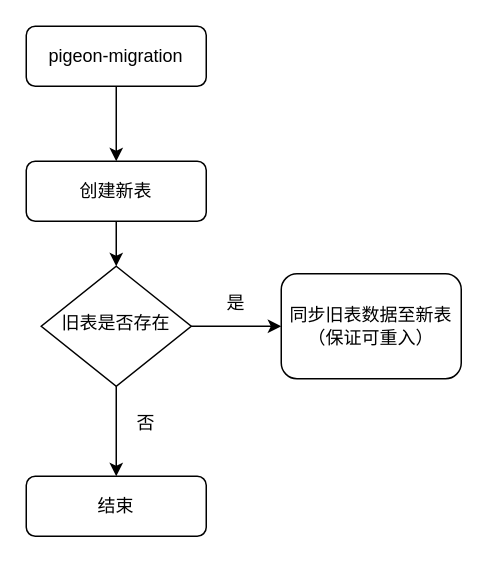
Above: 未命名绘图.drawio in 15083787153/go-gRPC (draw.io), before the change. Source tidied: cells renumbered, new cells numbered last; positions are measured from the earlier drawing's top-left corner, leaving out a move shared by most shapes. Both pictures are drawn from the tidied source at 150%, with x=0, y=0 at pixel (26, 26).
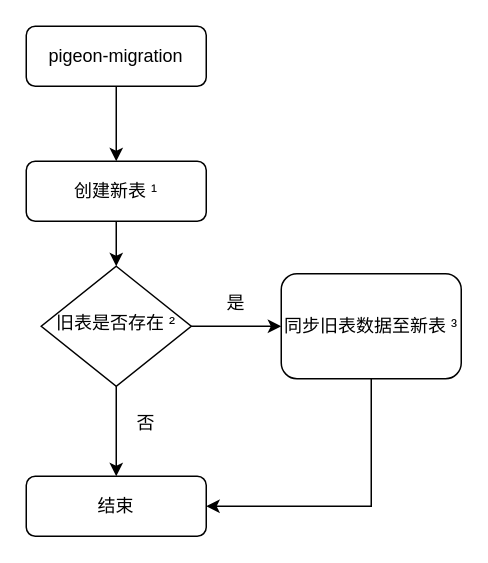
Above is the later version.

Commit message:
更新未命名绘图.drawio

The edit, as a diff of the source:
```diff
@@
 <mxGraphModel>
   <root>
     <mxCell id="0" />
     <mxCell id="1" parent="0" />
     <mxCell id="2" style="edgeStyle=orthogonalEdgeStyle;rounded=0;jettySize=auto;html=1;" parent="1" edge="1" source="3" target="7">
       <mxGeometry relative="1" as="geometry" />
     </mxCell>
     <mxCell id="3" value="pigeon-migration" style="rounded=1;whiteSpace=wrap;html=1;fontSize=12;glass=0;strokeWidth=1;shadow=0;" parent="1" vertex="1">
       <mxGeometry width="120" height="40" as="geometry" />
     </mxCell>
+    <mxCell id="13" style="edgeStyle=orthogonalEdgeStyle;rounded=0;jettySize=auto;html=1;entryX=1;entryY=0.5;entryDx=0;entryDy=0;" parent="1" edge="1" source="4" target="5">
+      <mxGeometry relative="1" as="geometry">
+        <Array as="points">
+          <mxPoint x="230" y="320" />
+        </Array>
+      </mxGeometry>
+    </mxCell>
-    <mxCell id="4" value="同步旧表数据至新表（保证可重入）" style="rounded=1;whiteSpace=wrap;html=1;fontSize=12;glass=0;strokeWidth=1;shadow=0;" parent="1" vertex="1">
+    <mxCell id="4" value="同步旧表数据至新表 ³" style="rounded=1;whiteSpace=wrap;html=1;fontSize=12;glass=0;strokeWidth=1;shadow=0;" parent="1" vertex="1">
       <mxGeometry x="170" y="165" width="120" height="70" as="geometry" />
     </mxCell>
     <mxCell id="5" value="结束" style="rounded=1;whiteSpace=wrap;html=1;fontSize=12;glass=0;strokeWidth=1;shadow=0;" parent="1" vertex="1">
       <mxGeometry y="300" width="120" height="40" as="geometry" />
     </mxCell>
     <mxCell id="6" style="edgeStyle=orthogonalEdgeStyle;rounded=0;jettySize=auto;html=1;" parent="1" edge="1" source="7" target="10">
       <mxGeometry relative="1" as="geometry" />
     </mxCell>
-    <mxCell id="7" value="创建新表" style="rounded=1;whiteSpace=wrap;html=1;fontSize=12;glass=0;strokeWidth=1;shadow=0;" parent="1" vertex="1">
+    <mxCell id="7" value="创建新表 ¹" style="rounded=1;whiteSpace=wrap;html=1;fontSize=12;glass=0;strokeWidth=1;shadow=0;" parent="1" vertex="1">
       <mxGeometry y="90" width="120" height="40" as="geometry" />
     </mxCell>
     <mxCell id="8" style="edgeStyle=orthogonalEdgeStyle;rounded=0;jettySize=auto;html=1;" parent="1" edge="1" source="10" target="5">
       <mxGeometry relative="1" as="geometry" />
     </mxCell>
     <mxCell id="9" style="edgeStyle=orthogonalEdgeStyle;rounded=0;jettySize=auto;html=1;" parent="1" edge="1" source="10" target="4">
       <mxGeometry relative="1" as="geometry" />
     </mxCell>
-    <mxCell id="10" value="旧表是否存在" style="rhombus;whiteSpace=wrap;html=1;shadow=0;fontFamily=Helvetica;fontSize=12;align=center;strokeWidth=1;spacing=6;spacingTop=-4;" parent="1" vertex="1">
+    <mxCell id="10" value="旧表是否存在 ²" style="rhombus;whiteSpace=wrap;html=1;shadow=0;fontFamily=Helvetica;fontSize=12;align=center;strokeWidth=1;spacing=6;spacingTop=-4;" parent="1" vertex="1">
       <mxGeometry x="10" y="160" width="100" height="80" as="geometry" />
     </mxCell>
     <mxCell id="11" value="是" style="text;html=1;strokeColor=none;fillColor=none;align=center;verticalAlign=middle;whiteSpace=wrap;rounded=0;" parent="1" vertex="1">
       <mxGeometry x="110" y="170" width="60" height="30" as="geometry" />
     </mxCell>
     <mxCell id="12" value="否" style="text;html=1;strokeColor=none;fillColor=none;align=center;verticalAlign=middle;whiteSpace=wrap;rounded=0;" parent="1" vertex="1">
       <mxGeometry x="50" y="250" width="60" height="30" as="geometry" />
     </mxCell>
   </root>
 </mxGraphModel>
```
